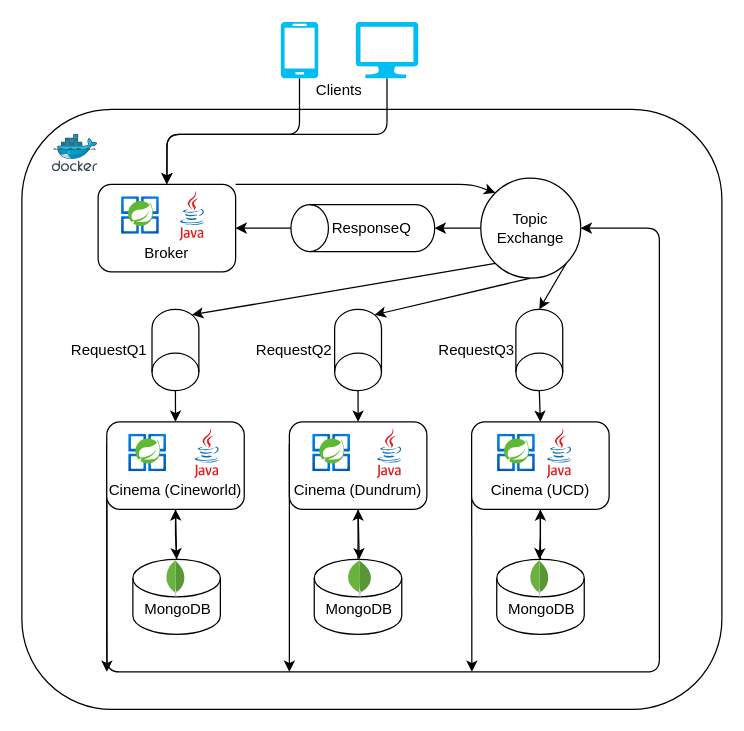
Above: report/assets/diagrams/cs02-arch.drawio in rajitbanerjee/microservice-design-patterns (draw.io), before the change. Source tidied: cells renumbered, new cells numbered last; positions are measured from the earlier drawing's top-left corner, leaving out a move shared by most shapes. Both pictures are drawn from the tidied source at 125%, with x=0, y=0 at pixel (21, 21). Pictures stored in the file or linked from it are replaced by grey dashed boxes.
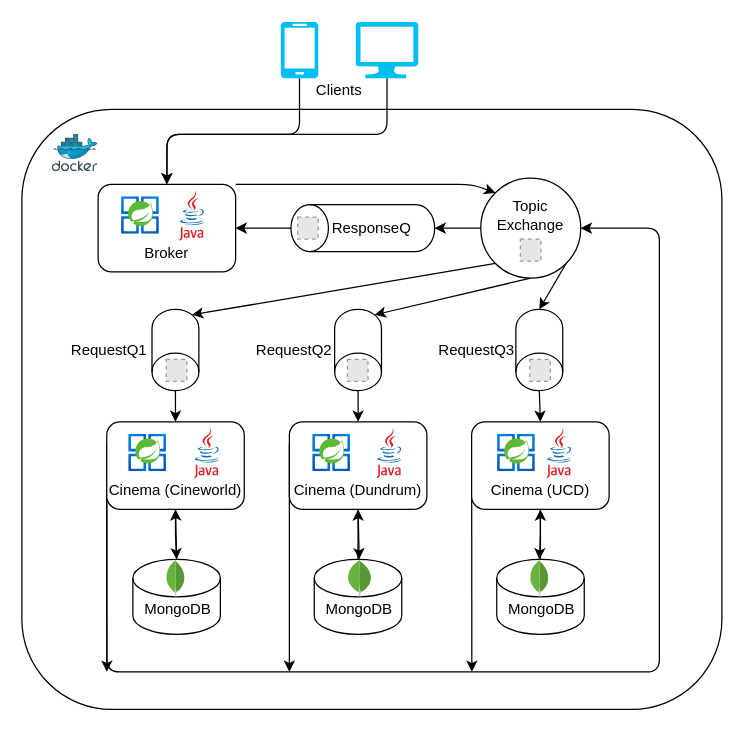
After the change.

The edit, as a diff of the source:
```diff
@@
-    <mxCell id="49" value="Topic Exchange" style="ellipse;whiteSpace=wrap;html=1;" parent="1" vertex="1">
+    <mxCell id="49" style="ellipse;whiteSpace=wrap;html=1;" parent="1" vertex="1">
       <mxGeometry x="367.1" y="125" width="80" height="80" as="geometry" />
     </mxCell>
@@
+    <mxCell id="62" style="fillColor=#E6E6E6;strokeColor=#999999;dashed=1;verticalLabelPosition=bottom;labelBackgroundColor=default;verticalAlign=top;" parent="1" vertex="1">
+      <mxGeometry x="220.6" y="156.2" width="16.5" height="17.5" as="geometry" />
+    </mxCell>
+    <mxCell id="63" style="fillColor=#E6E6E6;strokeColor=#999999;dashed=1;verticalLabelPosition=bottom;labelBackgroundColor=default;verticalAlign=top;" parent="1" vertex="1">
+      <mxGeometry x="115.5" y="270" width="16.5" height="17.5" as="geometry" />
+    </mxCell>
+    <mxCell id="64" style="fillColor=#E6E6E6;strokeColor=#999999;dashed=1;verticalLabelPosition=bottom;labelBackgroundColor=default;verticalAlign=top;" parent="1" vertex="1">
+      <mxGeometry x="260.4" y="270" width="16.5" height="17.5" as="geometry" />
+    </mxCell>
+    <mxCell id="65" style="fillColor=#E6E6E6;strokeColor=#999999;dashed=1;verticalLabelPosition=bottom;labelBackgroundColor=default;verticalAlign=top;" parent="1" vertex="1">
+      <mxGeometry x="406.3" y="270" width="16.5" height="17.5" as="geometry" />
+    </mxCell>
+    <mxCell id="66" style="fillColor=#E6E6E6;strokeColor=#999999;dashed=1;verticalLabelPosition=bottom;labelBackgroundColor=default;verticalAlign=top;" parent="1" vertex="1">
+      <mxGeometry x="398.8" y="173.8" width="16.5" height="17.5" as="geometry" />
+    </mxCell>
+    <mxCell id="67" value="Topic Exchange" style="text;html=1;strokeColor=none;fillColor=none;align=center;verticalAlign=middle;whiteSpace=wrap;rounded=0;" parent="1" vertex="1">
+      <mxGeometry x="377.1" y="140" width="60" height="30" as="geometry" />
+    </mxCell>
```
